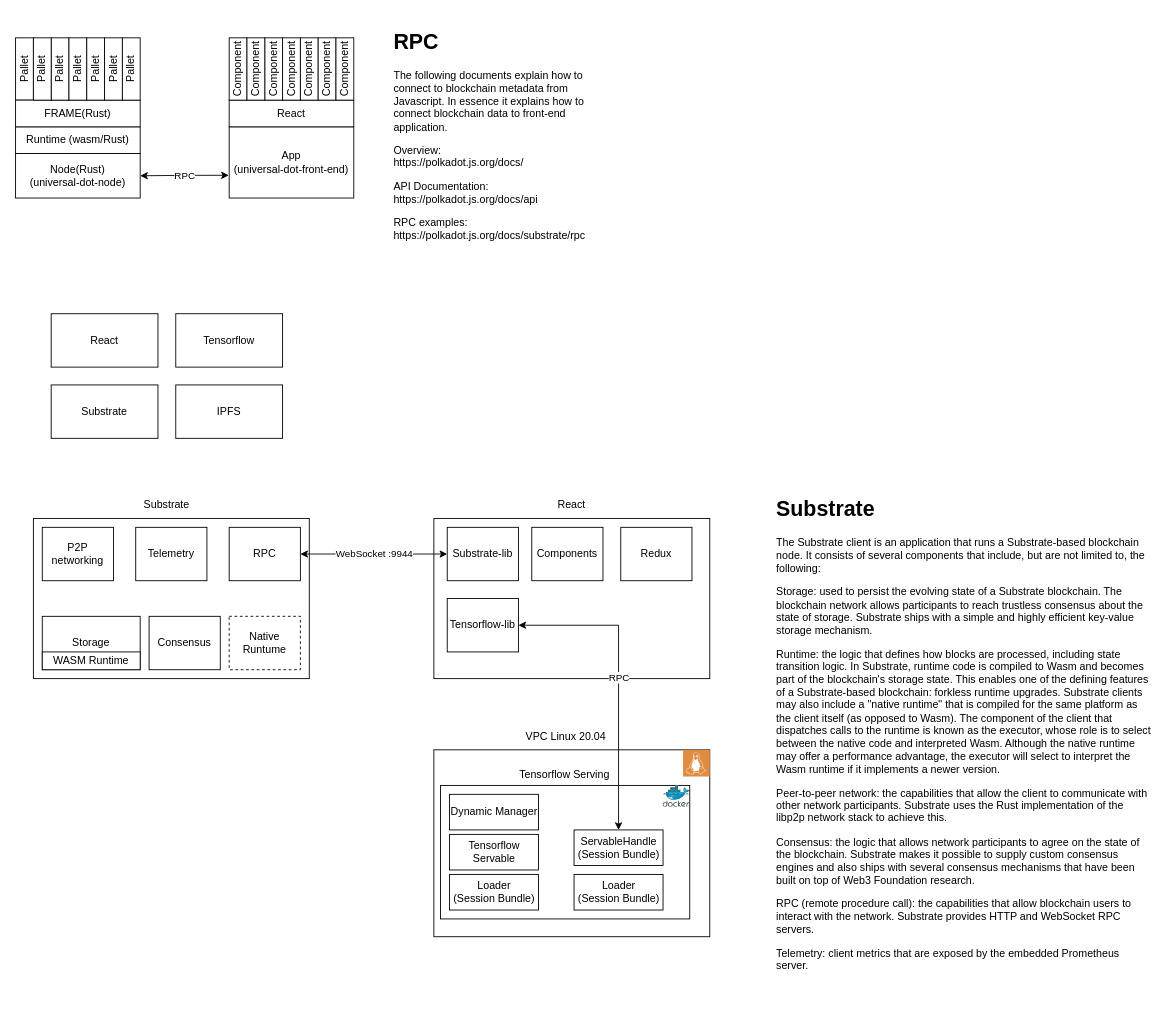
The draw.io diagram designs/architecture/Component_Architecture.drawio in UniversalDot/documents, before the edit. Source tidied: cells renumbered, new cells numbered last; positions are measured from the earlier drawing's top-left corner, leaving out a move shared by most shapes. Both pictures are drawn from the tidied source at 89%, with x=0, y=0 at pixel (15, 24).
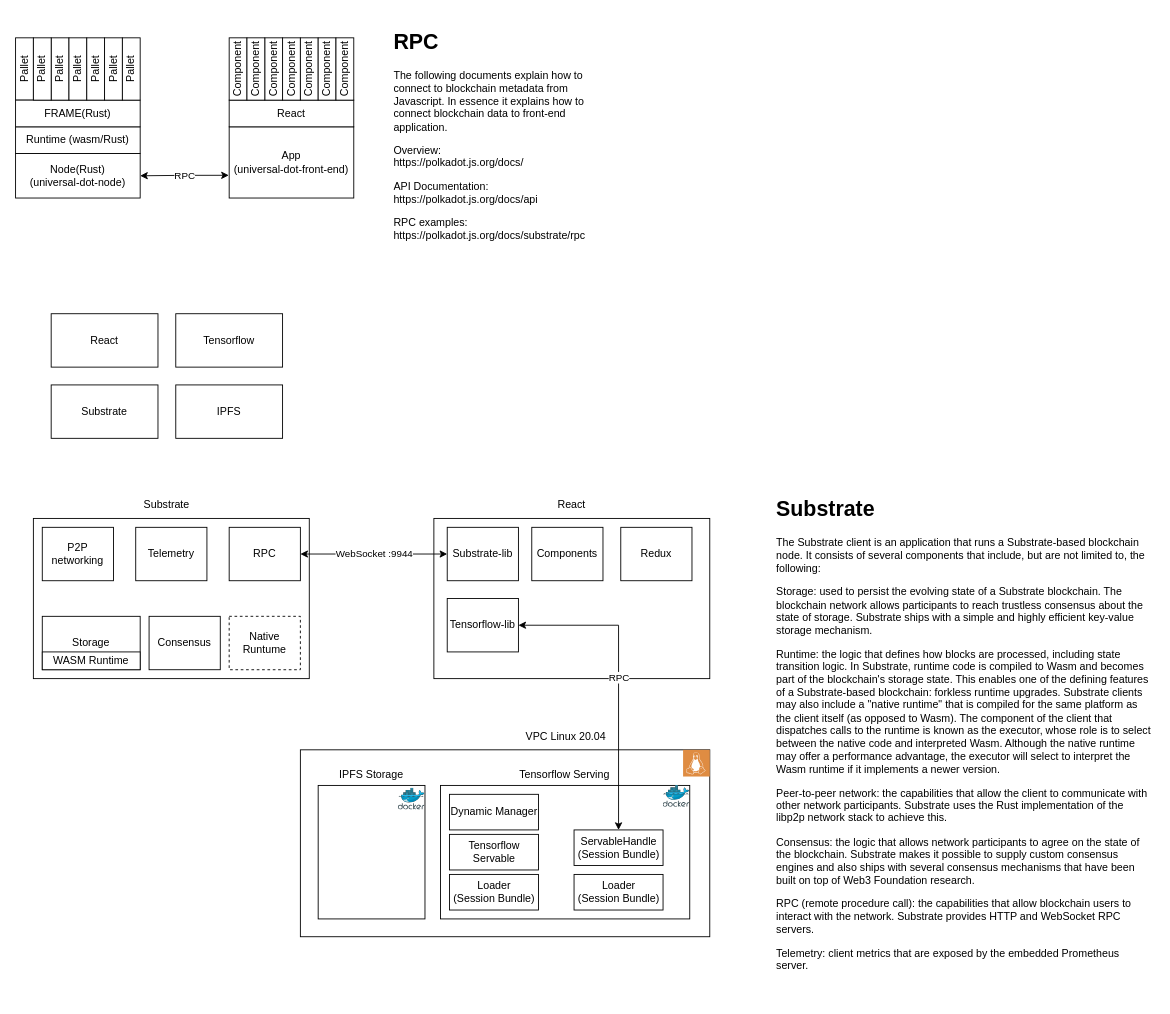
Above is the later version.

Change to the diagram source:
```diff
@@
     <mxCell id="44" style="rounded=0;whiteSpace=wrap;html=1;" parent="1" vertex="1">
-      <mxGeometry x="470" y="815" width="310" height="210" as="geometry" />
+      <mxGeometry x="320" y="815" width="460" height="210" as="geometry" />
     </mxCell>
@@
+    <mxCell id="56" style="rounded=0;whiteSpace=wrap;html=1;" parent="1" vertex="1">
+      <mxGeometry x="340" y="855" width="120" height="150" as="geometry" />
+    </mxCell>
+    <mxCell id="57" value="IPFS Storage" style="text;html=1;strokeColor=none;fillColor=none;align=center;verticalAlign=middle;whiteSpace=wrap;rounded=0;" parent="1" vertex="1">
+      <mxGeometry x="345.9" y="828" width="108.1" height="30" as="geometry" />
+    </mxCell>
+    <mxCell id="58" style="sketch=0;html=1;align=center;image;fontSize=12;image=img/lib/mscae/Docker.svg;" parent="1" vertex="1">
+      <mxGeometry x="430" y="858" width="30" height="24.6" as="geometry" />
+    </mxCell>
```
